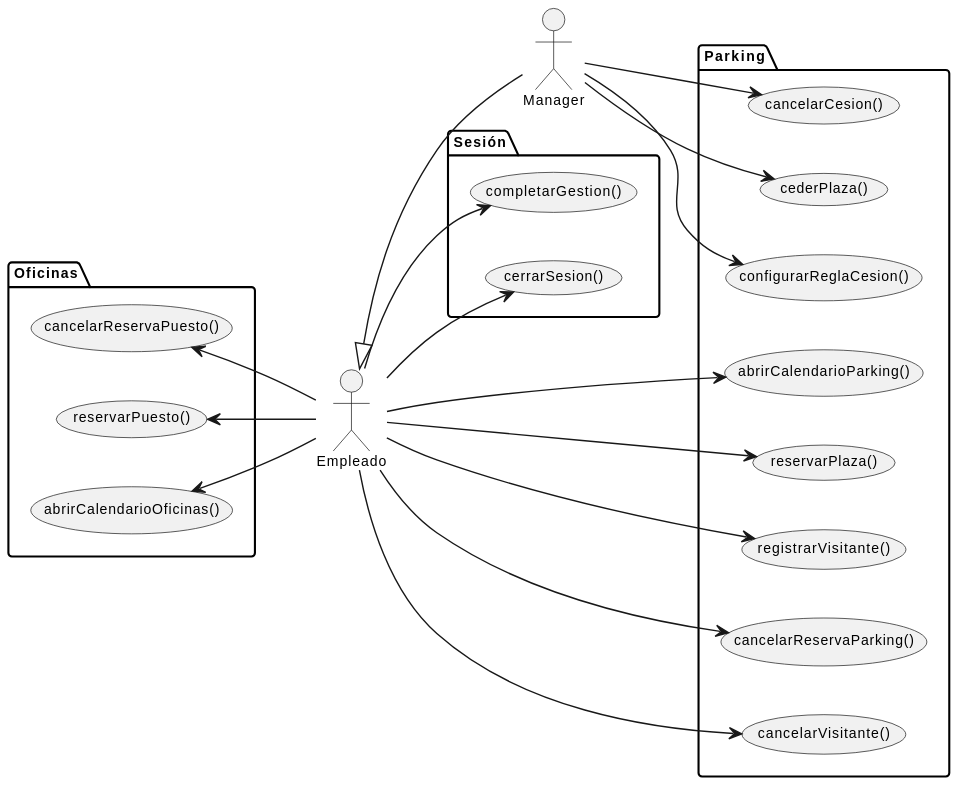
Before: modelosUML/svg/casosUso.svg, a diagram exported from PlantUML (lostal/seven-suite).
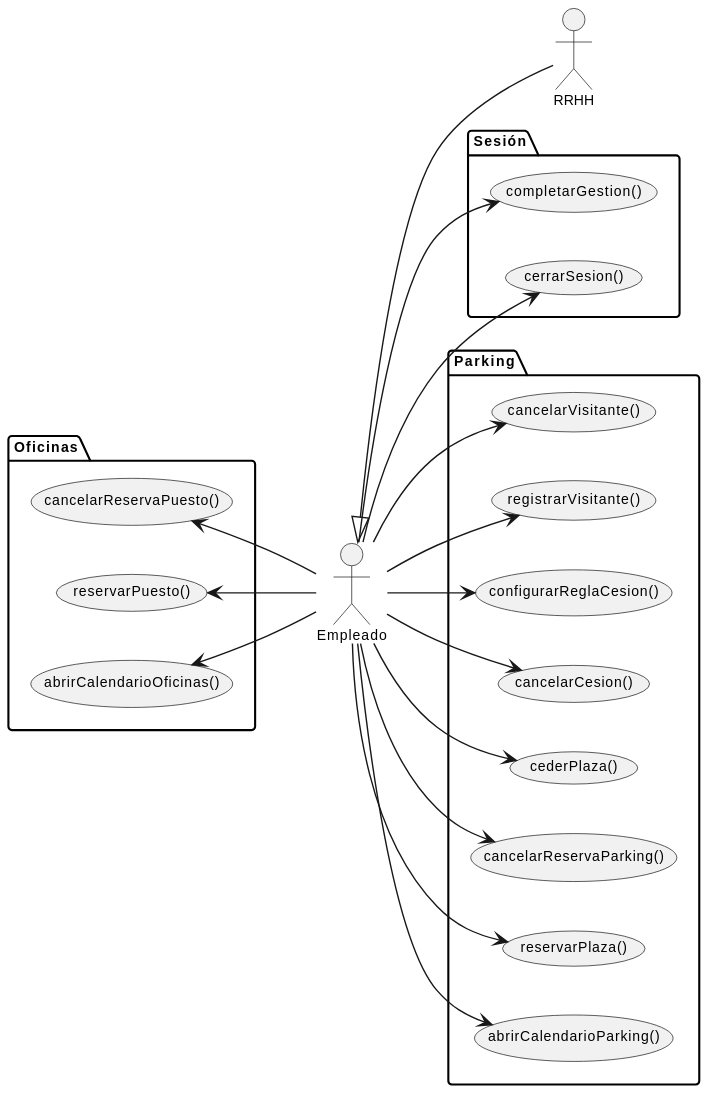
Later version of the same file.

What changed in the source:
```diff
@@ -1,12 +1,14 @@
 @startuml
+skinparam backgroundColor #FFFFFF
+
 left to right direction
 skinparam defaultFontName Arial
 skinparam defaultFontSize 10
 
 actor "Empleado" as empleado
-actor "Manager"  as manager
+actor "RRHH"     as rrhh
 
-empleado <|-- manager
+empleado <|-- rrhh
 
 package "Sesión" {
   usecase "cerrarSesion()"     as UC_LOGOUT
@@ -41,7 +43,7 @@
 empleado --> UC_RPO
 (UC_CRPO) <-- empleado
 
-manager --> UC_CP
-manager --> UC_CC
-manager --> UC_CRC
+empleado --> UC_CP
+empleado --> UC_CC
+empleado --> UC_CRC
 @enduml
```
